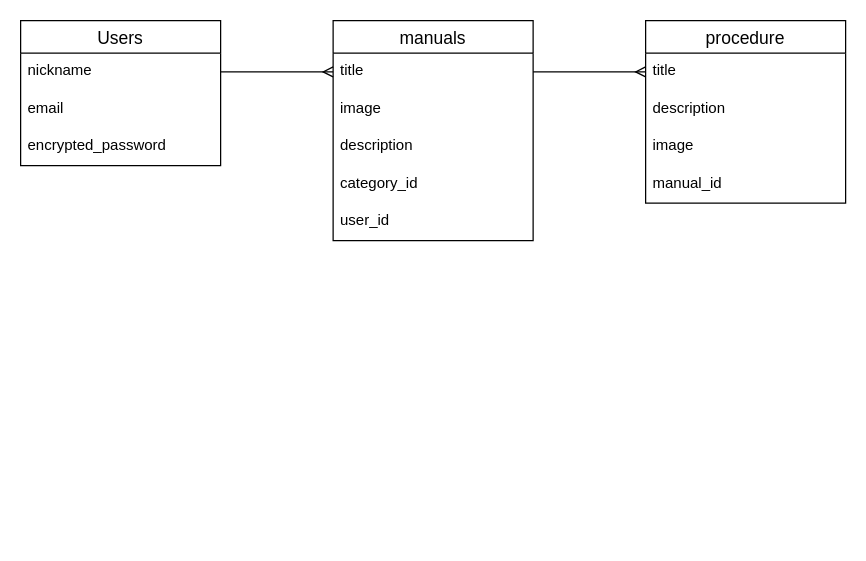
Before: table.dio in CatAisa/manual-app, a draw.io diagram. Source tidied: cells renumbered, new cells numbered last; positions are measured from the earlier drawing's top-left corner, leaving out a move shared by most shapes. Both pictures are drawn from the tidied source at 125%, with x=0, y=0 at pixel (20, 20).
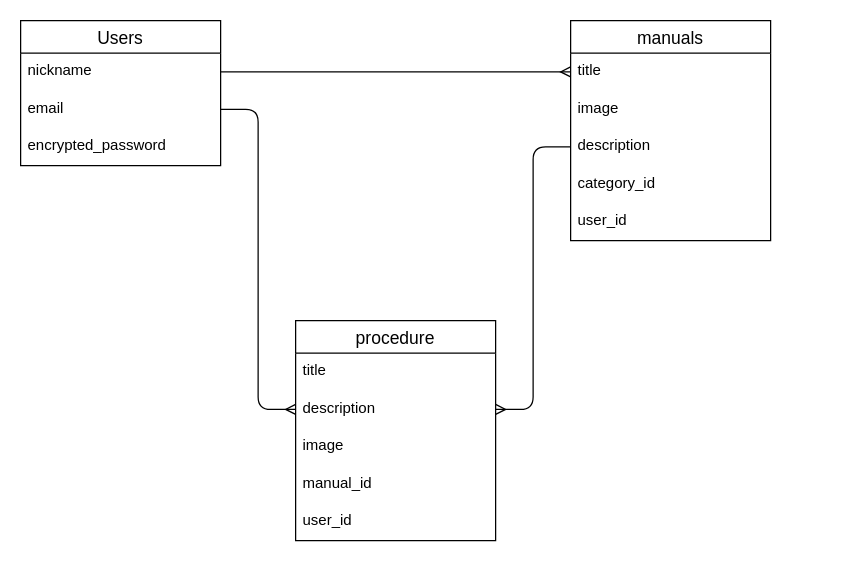
The same page after the edit.

The change refers to these unchanged cells:
```xml
<mxCell id="4" value="email" style="text;strokeColor=none;fillColor=none;spacingLeft=4;spacingRight=4;overflow=hidden;points=[[0,0.5],[1,0.5]];portConstraint=eastwest;fontSize=12;" parent="2" vertex="1">
  <mxGeometry y="56" width="160" height="30" as="geometry" />
</mxCell>
<mxCell id="7" value="title" style="text;strokeColor=none;fillColor=none;spacingLeft=4;spacingRight=4;overflow=hidden;points=[[0,0.5],[1,0.5]];portConstraint=eastwest;fontSize=12;" parent="6" vertex="1">
  <mxGeometry y="26" width="160" height="30" as="geometry" />
</mxCell>
<mxCell id="9" value="description" style="text;strokeColor=none;fillColor=none;spacingLeft=4;spacingRight=4;overflow=hidden;points=[[0,0.5],[1,0.5]];portConstraint=eastwest;fontSize=12;" parent="6" vertex="1">
  <mxGeometry y="86" width="160" height="30" as="geometry" />
</mxCell>
<mxCell id="14" value="title" style="text;strokeColor=none;fillColor=none;spacingLeft=4;spacingRight=4;overflow=hidden;points=[[0,0.5],[1,0.5]];portConstraint=eastwest;fontSize=12;" parent="13" vertex="1">
  <mxGeometry y="26" width="160" height="30" as="geometry" />
</mxCell>
<mxCell id="15" value="description" style="text;strokeColor=none;fillColor=none;spacingLeft=4;spacingRight=4;overflow=hidden;points=[[0,0.5],[1,0.5]];portConstraint=eastwest;fontSize=12;" parent="13" vertex="1">
  <mxGeometry y="56" width="160" height="30" as="geometry" />
</mxCell>
```

Diff of the diagram source:
```diff
@@
     <mxCell id="6" value="manuals" style="swimlane;fontStyle=0;horizontal=1;startSize=26;align=center;fontSize=14;" parent="1" vertex="1">
-      <mxGeometry x="250" width="160" height="176" as="geometry" />
+      <mxGeometry x="440" width="160" height="176" as="geometry" />
     </mxCell>
@@
     <mxCell id="13" value="procedure" style="swimlane;fontStyle=0;horizontal=1;startSize=26;align=center;fontSize=14;" parent="1" vertex="1">
-      <mxGeometry x="500" width="160" height="146" as="geometry" />
+      <mxGeometry x="220" y="240" width="160" height="176" as="geometry" />
     </mxCell>
@@
+    <mxCell id="19" value="user_id" style="text;strokeColor=none;fillColor=none;spacingLeft=4;spacingRight=4;overflow=hidden;fontSize=12;" parent="13" vertex="1">
+      <mxGeometry y="146" width="160" height="30" as="geometry" />
+    </mxCell>
-    <mxCell id="18" style="edgeStyle=entityRelationEdgeStyle;fontSize=12;html=1;endArrow=ERmany;entryX=0;entryY=0.5;entryDx=0;entryDy=0;exitX=1;exitY=0.5;exitDx=0;exitDy=0;" parent="1" edge="1" source="7" target="14">
+    <mxCell id="18" style="edgeStyle=entityRelationEdgeStyle;fontSize=12;html=1;endArrow=ERmany;exitX=0;exitY=0.5;exitDx=0;exitDy=0;entryX=1;entryY=0.5;entryDx=0;entryDy=0;" parent="1" edge="1" source="9" target="15">
       <mxGeometry relative="1" as="geometry" />
     </mxCell>
+    <mxCell id="20" style="edgeStyle=entityRelationEdgeStyle;fontSize=12;html=1;endArrow=ERmany;exitX=1;exitY=0.5;exitDx=0;exitDy=0;entryX=0;entryY=0.5;entryDx=0;entryDy=0;" parent="1" edge="1" source="4" target="15">
+      <mxGeometry relative="1" as="geometry" />
+    </mxCell>
```
